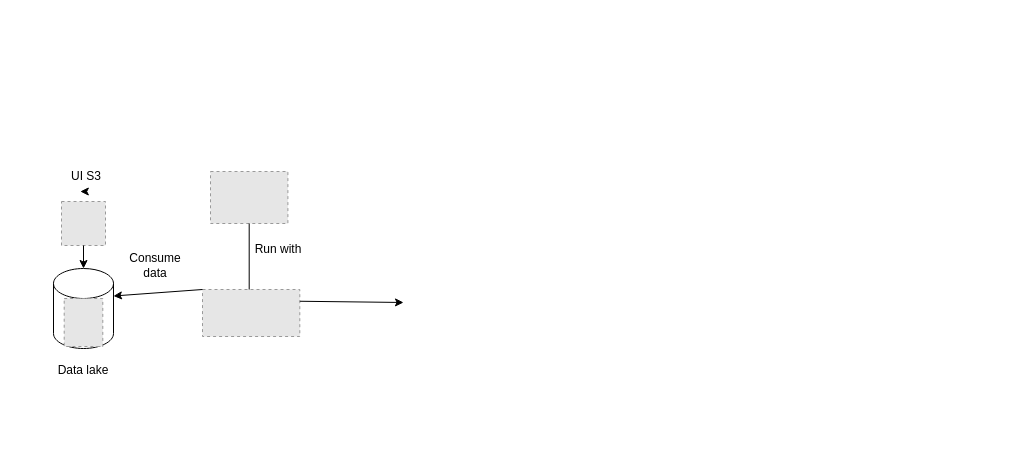
This is batch_process_flow.drawio from lethanhdathust/learn_ansible, a draw.io file, before an edit. Source tidied: cells renumbered, new cells numbered last; positions are measured from the earlier drawing's top-left corner, leaving out a move shared by most shapes. Both pictures are drawn from the tidied source at 100%, with x=0, y=0 at pixel (53, 161). Pictures stored in the file or linked from it are replaced by grey dashed boxes.
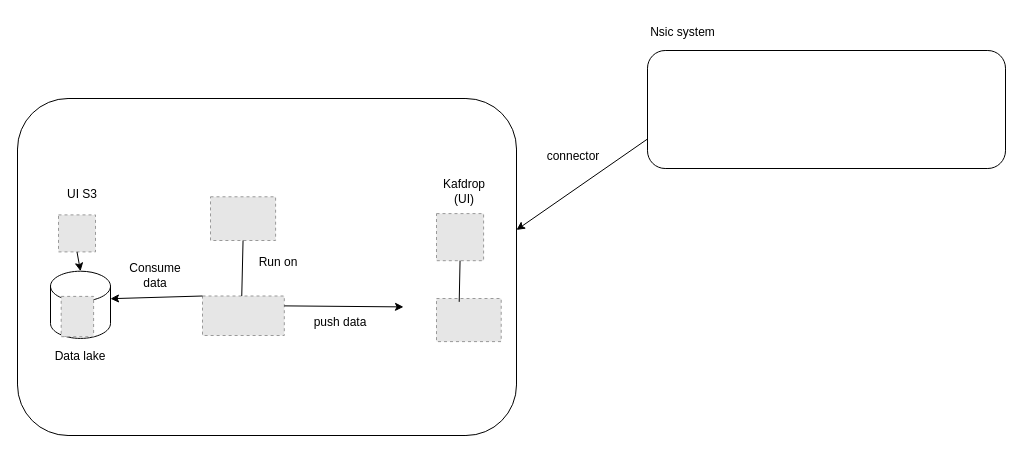
After the change.

Diff of the diagram source:
```diff
@@
-    <mxCell id="2" style="group;" parent="1" vertex="1">
-      <mxGeometry width="63" height="224" as="geometry" />
-    </mxCell>
-    <mxCell id="3" value="Data lake" style="text;html=1;align=center;verticalAlign=middle;whiteSpace=wrap;rounded=0;" parent="2" vertex="1">
-      <mxGeometry y="194" width="60" height="30" as="geometry" />
-    </mxCell>
-    <mxCell id="4" style="shape=cylinder3;whiteSpace=wrap;html=1;boundedLbl=1;backgroundOutline=1;size=15;" parent="2" vertex="1">
-      <mxGeometry y="107" width="60" height="80" as="geometry" />
-    </mxCell>
-    <mxCell id="5" style="fillColor=#E6E6E6;strokeColor=#999999;dashed=1;verticalLabelPosition=bottom;labelBackgroundColor=default;verticalAlign=top;" parent="2" vertex="1">
-      <mxGeometry x="10.7" y="137" width="38.6" height="48" as="geometry" />
-    </mxCell>
-    <mxCell id="6" style="fillColor=#E6E6E6;strokeColor=#999999;dashed=1;verticalLabelPosition=bottom;labelBackgroundColor=default;verticalAlign=top;" parent="2" vertex="1">
-      <mxGeometry x="8" y="40" width="44" height="44" as="geometry" />
-    </mxCell>
-    <mxCell id="7" style="endArrow=classic;html=1;rounded=0;entryX=0.5;entryY=0;entryDx=0;entryDy=0;entryPerimeter=0;exitX=0.5;exitY=1;exitDx=0;exitDy=0;" parent="2" edge="1" source="6" target="4">
-      <mxGeometry relative="1" as="geometry" />
-    </mxCell>
-    <mxCell id="8" value="UI S3" style="text;html=1;align=center;verticalAlign=middle;whiteSpace=wrap;rounded=0;" parent="2" vertex="1">
-      <mxGeometry x="3" width="60" height="30" as="geometry" />
-    </mxCell>
-    <mxCell id="9" style="edgeStyle=orthogonalEdgeStyle;rounded=0;orthogonalLoop=1;jettySize=auto;html=1;exitX=0.5;exitY=1;exitDx=0;exitDy=0;entryX=0.397;entryY=0.967;entryDx=0;entryDy=0;entryPerimeter=0;" parent="2" edge="1" source="8" target="8">
-      <mxGeometry relative="1" as="geometry" />
-    </mxCell>
+    <mxCell id="17" style="rounded=1;whiteSpace=wrap;html=1;" parent="1" vertex="1">
+      <mxGeometry x="594" y="-111" width="358" height="118" as="geometry" />
+    </mxCell>
+    <mxCell id="18" value="Nsic system" style="text;html=1;align=center;verticalAlign=middle;whiteSpace=wrap;rounded=0;" parent="1" vertex="1">
+      <mxGeometry x="590" y="-144" width="79" height="30" as="geometry" />
+    </mxCell>
+    <mxCell id="19" style="endArrow=classic;html=1;rounded=0;exitX=0;exitY=0.75;exitDx=0;exitDy=0;entryX=1;entryY=0.39;entryDx=0;entryDy=0;entryPerimeter=0;" parent="1" edge="1" source="17" target="22">
+      <mxGeometry relative="1" as="geometry" />
+    </mxCell>
+    <mxCell id="20" value="connector" style="text;html=1;align=center;verticalAlign=middle;whiteSpace=wrap;rounded=0;" parent="1" vertex="1">
+      <mxGeometry x="490" y="-20" width="60" height="30" as="geometry" />
+    </mxCell>
+    <mxCell id="21" style="group;" parent="1" vertex="1">
+      <mxGeometry x="-36" y="-63" width="499" height="337" as="geometry" />
+    </mxCell>
+    <mxCell id="22" style="rounded=1;whiteSpace=wrap;html=1;" parent="21" vertex="1">
+      <mxGeometry width="499" height="337" as="geometry" />
+    </mxCell>
-    <mxCell id="10" style="fillColor=#E6E6E6;strokeColor=#999999;dashed=1;verticalLabelPosition=bottom;labelBackgroundColor=default;verticalAlign=top;" parent="1" vertex="1">
-      <mxGeometry x="149" y="128" width="97.3" height="47" as="geometry" />
+    <mxCell id="10" style="fillColor=#E6E6E6;strokeColor=#999999;dashed=1;verticalLabelPosition=bottom;labelBackgroundColor=default;verticalAlign=top;" parent="21" vertex="1">
+      <mxGeometry x="185" y="197.5" width="81.8" height="39.5" as="geometry" />
     </mxCell>
-    <mxCell id="11" style="fillColor=#E6E6E6;strokeColor=#999999;dashed=1;verticalLabelPosition=bottom;labelBackgroundColor=default;verticalAlign=top;" parent="1" vertex="1">
-      <mxGeometry x="157" y="10" width="77.4" height="52" as="geometry" />
+    <mxCell id="11" style="fillColor=#E6E6E6;strokeColor=#999999;dashed=1;verticalLabelPosition=bottom;labelBackgroundColor=default;verticalAlign=top;" parent="21" vertex="1">
+      <mxGeometry x="193" y="98.3" width="65.1" height="43.7" as="geometry" />
     </mxCell>
-    <mxCell id="12" style="endArrow=none;html=1;rounded=0;entryX=0.5;entryY=1;entryDx=0;entryDy=0;exitX=0.48;exitY=0;exitDx=0;exitDy=0;exitPerimeter=0;" parent="1" edge="1" source="10" target="11">
+    <mxCell id="12" style="endArrow=none;html=1;rounded=0;entryX=0.5;entryY=1;entryDx=0;entryDy=0;exitX=0.48;exitY=0;exitDx=0;exitDy=0;exitPerimeter=0;" parent="21" edge="1" source="10" target="11">
       <mxGeometry relative="1" as="geometry" />
     </mxCell>
-    <mxCell id="13" value="Run with" style="text;html=1;align=center;verticalAlign=middle;whiteSpace=wrap;rounded=0;" parent="1" vertex="1">
-      <mxGeometry x="195" y="73" width="60" height="30" as="geometry" />
+    <mxCell id="13" value="Run on" style="text;html=1;align=center;verticalAlign=middle;whiteSpace=wrap;rounded=0;" parent="21" vertex="1">
+      <mxGeometry x="231" y="151.3" width="60" height="25.2" as="geometry" />
     </mxCell>
-    <mxCell id="14" style="endArrow=classic;html=1;rounded=0;entryX=1;entryY=0;entryDx=0;entryDy=27.5;entryPerimeter=0;exitX=0;exitY=0;exitDx=0;exitDy=0;" parent="1" edge="1" source="10" target="4">
+    <mxCell id="14" style="endArrow=classic;html=1;rounded=0;entryX=1;entryY=0;entryDx=0;entryDy=27.5;entryPerimeter=0;exitX=0;exitY=0;exitDx=0;exitDy=0;" parent="21" edge="1" source="10" target="4">
       <mxGeometry relative="1" as="geometry" />
     </mxCell>
-    <mxCell id="15" value="Consume data" style="text;html=1;align=center;verticalAlign=middle;whiteSpace=wrap;rounded=0;" parent="1" vertex="1">
-      <mxGeometry x="72" y="89" width="60" height="30" as="geometry" />
+    <mxCell id="15" value="Consume data" style="text;html=1;align=center;verticalAlign=middle;whiteSpace=wrap;rounded=0;" parent="21" vertex="1">
+      <mxGeometry x="108" y="164.7" width="60" height="25.2" as="geometry" />
     </mxCell>
-    <mxCell id="16" style="endArrow=classic;html=1;rounded=0;exitX=1;exitY=0.25;exitDx=0;exitDy=0;" parent="1" edge="1" source="10">
+    <mxCell id="16" style="endArrow=classic;html=1;rounded=0;exitX=1;exitY=0.25;exitDx=0;exitDy=0;" parent="21" edge="1" source="10">
       <mxGeometry relative="1" as="geometry">
-        <mxPoint x="350" y="141" as="targetPoint" />
+        <mxPoint x="386" y="208.4" as="targetPoint" />
       </mxGeometry>
     </mxCell>
+    <mxCell id="23" style="fillColor=#E6E6E6;strokeColor=#999999;dashed=1;verticalLabelPosition=bottom;labelBackgroundColor=default;verticalAlign=top;" parent="21" vertex="1">
+      <mxGeometry x="419" y="200" width="64.7" height="43.1" as="geometry" />
+    </mxCell>
+    <mxCell id="24" style="fillColor=#E6E6E6;strokeColor=#999999;dashed=1;verticalLabelPosition=bottom;labelBackgroundColor=default;verticalAlign=top;" parent="21" vertex="1">
+      <mxGeometry x="419" y="115.1" width="47.1" height="47.1" as="geometry" />
+    </mxCell>
+    <mxCell id="25" value="push data" style="text;html=1;align=center;verticalAlign=middle;whiteSpace=wrap;rounded=0;" parent="21" vertex="1">
+      <mxGeometry x="293" y="211.8" width="60" height="25.2" as="geometry" />
+    </mxCell>
+    <mxCell id="26" value="Kafdrop (UI)" style="text;html=1;align=center;verticalAlign=middle;whiteSpace=wrap;rounded=0;" parent="21" vertex="1">
+      <mxGeometry x="417" y="80.7" width="60" height="25.2" as="geometry" />
+    </mxCell>
+    <mxCell id="27" style="group;" parent="21" vertex="1">
+      <mxGeometry x="33" y="83.6" width="62" height="187.4" as="geometry" />
+    </mxCell>
+    <mxCell id="3" value="Data lake" style="text;html=1;align=center;verticalAlign=middle;whiteSpace=wrap;rounded=0;" parent="27" vertex="1">
+      <mxGeometry y="162.2" width="60" height="25.2" as="geometry" />
+    </mxCell>
+    <mxCell id="4" style="shape=cylinder3;whiteSpace=wrap;html=1;boundedLbl=1;backgroundOutline=1;size=15;" parent="27" vertex="1">
+      <mxGeometry y="89.1" width="60" height="67.2" as="geometry" />
+    </mxCell>
+    <mxCell id="5" style="fillColor=#E6E6E6;strokeColor=#999999;dashed=1;verticalLabelPosition=bottom;labelBackgroundColor=default;verticalAlign=top;" parent="27" vertex="1">
+      <mxGeometry x="10.7" y="114.3" width="32.4" height="40.3" as="geometry" />
+    </mxCell>
+    <mxCell id="6" style="fillColor=#E6E6E6;strokeColor=#999999;dashed=1;verticalLabelPosition=bottom;labelBackgroundColor=default;verticalAlign=top;" parent="27" vertex="1">
+      <mxGeometry x="8" y="32.8" width="37" height="37" as="geometry" />
+    </mxCell>
+    <mxCell id="7" style="endArrow=classic;html=1;rounded=0;entryX=0.5;entryY=0;entryDx=0;entryDy=0;entryPerimeter=0;exitX=0.5;exitY=1;exitDx=0;exitDy=0;" parent="27" edge="1" source="6" target="4">
+      <mxGeometry relative="1" as="geometry" />
+    </mxCell>
+    <mxCell id="8" value="UI S3" style="text;html=1;align=center;verticalAlign=middle;whiteSpace=wrap;rounded=0;" parent="27" vertex="1">
+      <mxGeometry x="2" width="60" height="25.2" as="geometry" />
+    </mxCell>
+    <mxCell id="28" style="endArrow=none;html=1;rounded=0;exitX=0.351;exitY=0.078;exitDx=0;exitDy=0;exitPerimeter=0;entryX=0.5;entryY=1;entryDx=0;entryDy=0;" parent="21" edge="1" source="23" target="24">
+      <mxGeometry relative="1" as="geometry" />
+    </mxCell>
```
